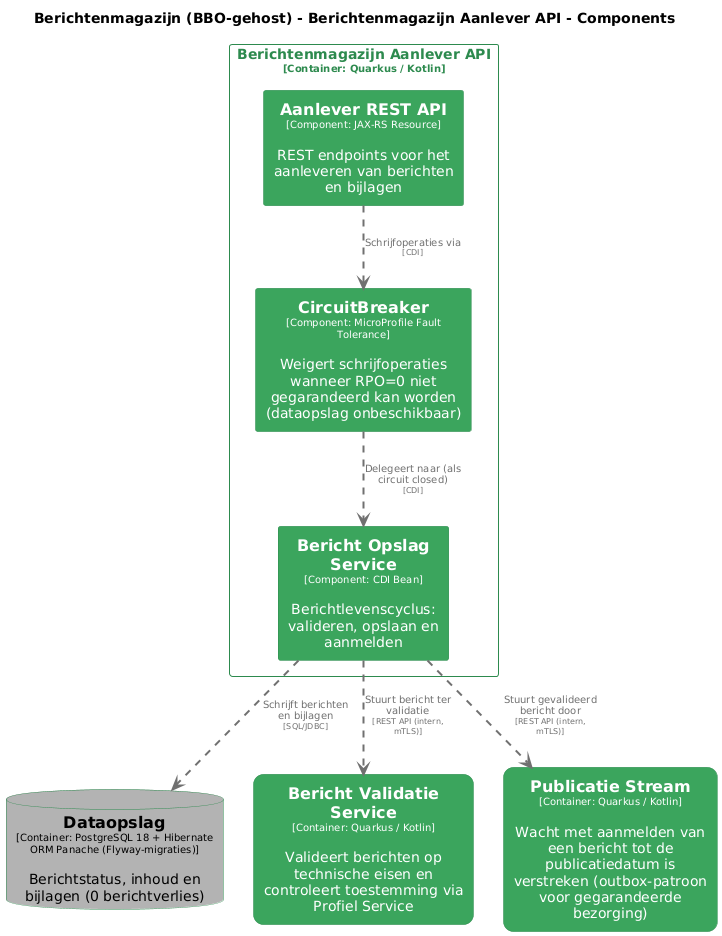
MinBZK/moza-poc-fbs-berichtenbox keeps this PlantUML diagram as master/png/AanleverAPIComponenten.png. Above is the earlier version.
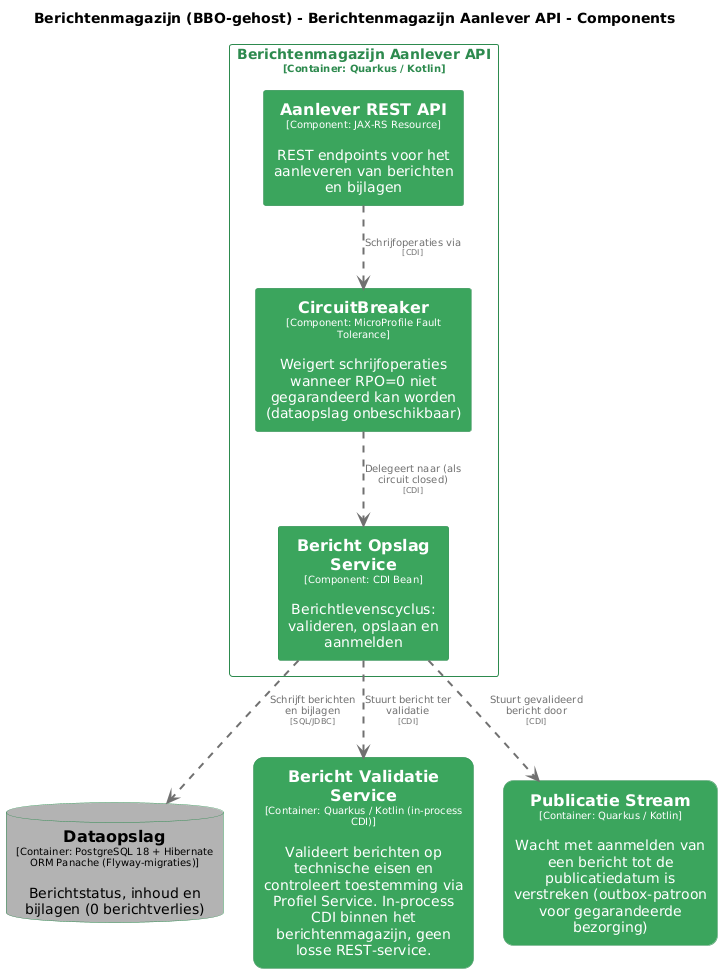
The same file after the commit.

The edit, as a diff of the source:
```diff
@@ -60,7 +60,7 @@
 }
 
 database "==Dataopslag\n<size:10>[Container: PostgreSQL 18 + Hibernate ORM Panache (Flyway-migraties)]</size>\n\nBerichtstatus, inhoud en bijlagen (0 berichtverlies)" <<BerichtenmagazijnBBOgehost.Dataopslag>> as BerichtenmagazijnBBOgehost.Dataopslag
-rectangle "==Bericht Validatie Service\n<size:10>[Container: Quarkus / Kotlin]</size>\n\nValideert berichten op technische eisen en controleert toestemming via Profiel Service" <<BerichtenmagazijnBBOgehost.BerichtValidatieService>> as BerichtenmagazijnBBOgehost.BerichtValidatieService
+rectangle "==Bericht Validatie Service\n<size:10>[Container: Quarkus / Kotlin (in-process CDI)]</size>\n\nValideert berichten op technische eisen en controleert toestemming via Profiel Service. In-process CDI binnen het berichtenmagazijn, geen losse REST-service." <<BerichtenmagazijnBBOgehost.BerichtValidatieService>> as BerichtenmagazijnBBOgehost.BerichtValidatieService
 rectangle "==Publicatie Stream\n<size:10>[Container: Quarkus / Kotlin]</size>\n\nWacht met aanmelden van een bericht tot de publicatiedatum is verstreken (outbox-patroon voor gegarandeerde bezorging)" <<BerichtenmagazijnBBOgehost.PublicatieStream>> as BerichtenmagazijnBBOgehost.PublicatieStream
 
 rectangle "Berichtenmagazijn Aanlever API\n<size:10>[Container: Quarkus / Kotlin]</size>" <<BerichtenmagazijnBBOgehost.BerichtenmagazijnAanleverAPI>> {
@@ -72,6 +72,6 @@
 BerichtenmagazijnBBOgehost.BerichtenmagazijnAanleverAPI.AanleverRESTAPI .[#707070,thickness=2].> BerichtenmagazijnBBOgehost.BerichtenmagazijnAanleverAPI.CircuitBreaker : "<color:#707070>Schrijfoperaties via\n<color:#707070><size:8>[CDI]</size>"
 BerichtenmagazijnBBOgehost.BerichtenmagazijnAanleverAPI.CircuitBreaker .[#707070,thickness=2].> BerichtenmagazijnBBOgehost.BerichtenmagazijnAanleverAPI.BerichtOpslagService : "<color:#707070>Delegeert naar (als circuit closed)\n<color:#707070><size:8>[CDI]</size>"
 BerichtenmagazijnBBOgehost.BerichtenmagazijnAanleverAPI.BerichtOpslagService .[#707070,thickness=2].> BerichtenmagazijnBBOgehost.Dataopslag : "<color:#707070>Schrijft berichten en bijlagen\n<color:#707070><size:8>[SQL/JDBC]</size>"
-BerichtenmagazijnBBOgehost.BerichtenmagazijnAanleverAPI.BerichtOpslagService .[#707070,thickness=2].> BerichtenmagazijnBBOgehost.BerichtValidatieService : "<color:#707070>Stuurt bericht ter validatie\n<color:#707070><size:8>[REST API (intern, mTLS)]</size>"
-BerichtenmagazijnBBOgehost.BerichtenmagazijnAanleverAPI.BerichtOpslagService .[#707070,thickness=2].> BerichtenmagazijnBBOgehost.PublicatieStream : "<color:#707070>Stuurt gevalideerd bericht door\n<color:#707070><size:8>[REST API (intern, mTLS)]</size>"
+BerichtenmagazijnBBOgehost.BerichtenmagazijnAanleverAPI.BerichtOpslagService .[#707070,thickness=2].> BerichtenmagazijnBBOgehost.BerichtValidatieService : "<color:#707070>Stuurt bericht ter validatie\n<color:#707070><size:8>[CDI]</size>"
+BerichtenmagazijnBBOgehost.BerichtenmagazijnAanleverAPI.BerichtOpslagService .[#707070,thickness=2].> BerichtenmagazijnBBOgehost.PublicatieStream : "<color:#707070>Stuurt gevalideerd bericht door\n<color:#707070><size:8>[CDI]</size>"
 @enduml
```
